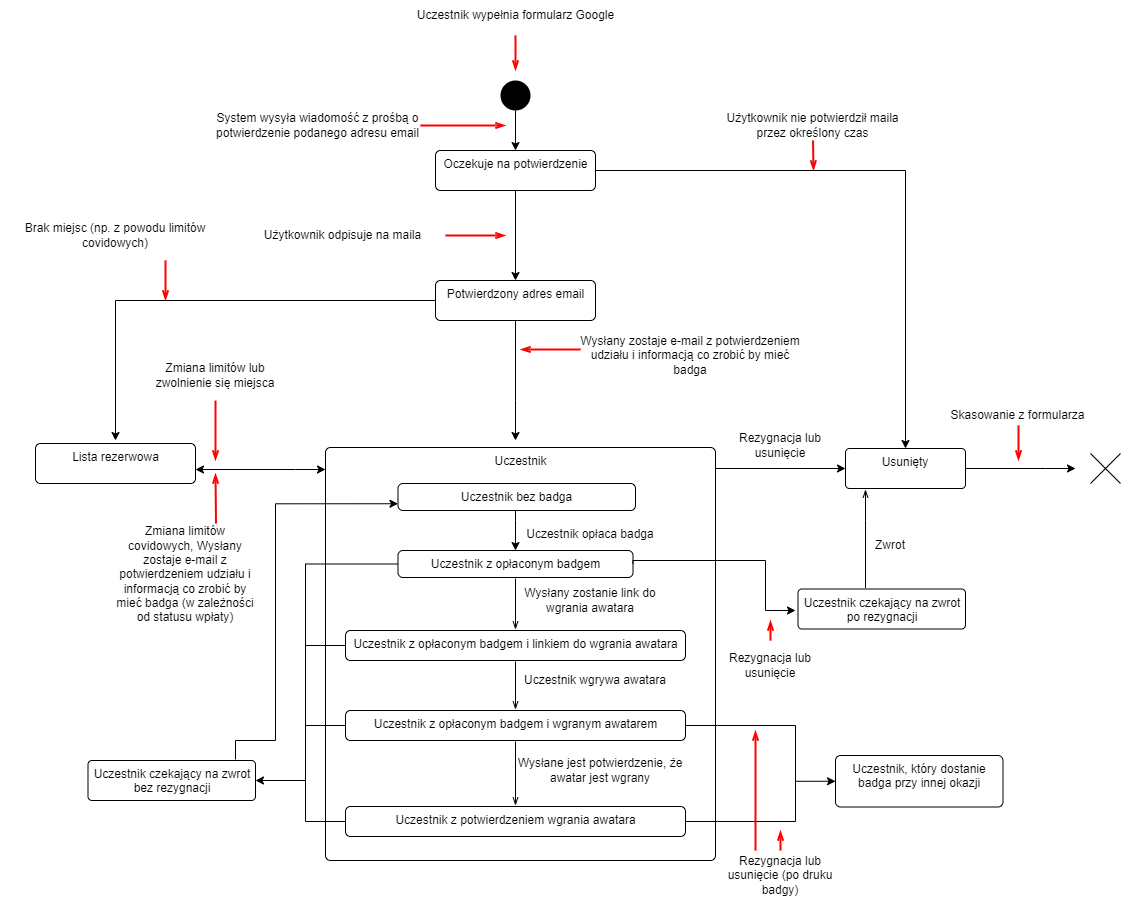
Earlier version of the draw.io export venv/Utility Files/Registration state diagram.png (PPopielarski/PFWRegistration). Source tidied: cells renumbered, new cells last; positions are measured from the earlier drawing's top-left corner, leaving out a move shared by most shapes.
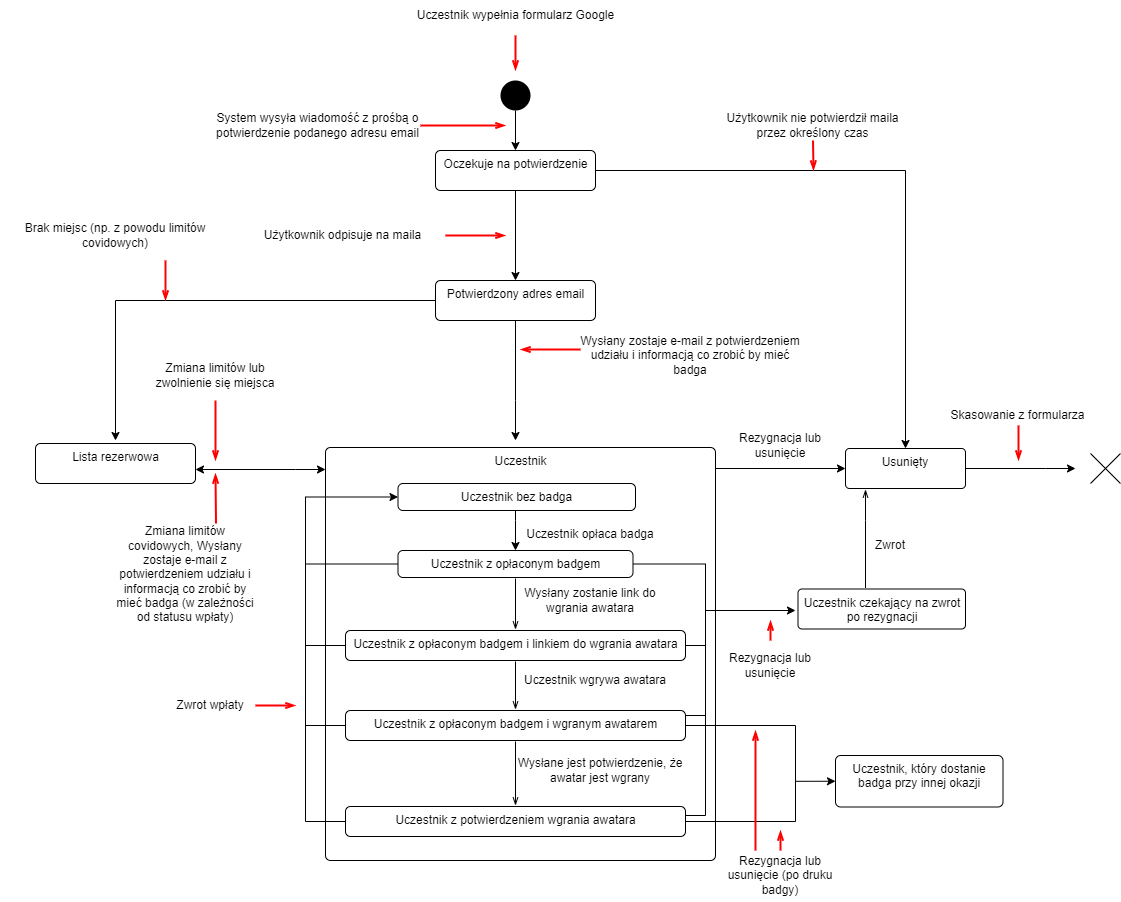
After the commit.

The edit, as a diff of the source:
```diff
@@ -186,6 +186,11 @@
         <mxPoint x="305" y="645" as="targetPoint" />
       </mxGeometry>
     </mxCell>
+    <mxCell id="68" style="edgeStyle=orthogonalEdgeStyle;rounded=0;jettySize=auto;html=1;endArrow=none;endFill=0;" parent="1" edge="1" source="40">
+      <mxGeometry relative="1" as="geometry">
+        <mxPoint x="705" y="600" as="targetPoint" />
+      </mxGeometry>
+    </mxCell>
     <mxCell id="40" value="&lt;div&gt;Uczestnik z opłaconym badgem i linkiem do wgrania awatara&lt;/div&gt;" style="html=1;align=center;verticalAlign=top;rounded=1;absoluteArcSize=1;arcSize=10;dashed=0;" parent="1" vertex="1">
       <mxGeometry x="345" y="630" width="340" height="30" as="geometry" />
     </mxCell>
@@ -222,7 +227,7 @@
     </mxCell>
     <mxCell id="49" style="edgeStyle=orthogonalEdgeStyle;rounded=0;jettySize=auto;html=1;endArrow=none;endFill=0;" parent="1" edge="1" source="51">
       <mxGeometry relative="1" as="geometry">
-        <mxPoint x="305" y="770" as="targetPoint" />
+        <mxPoint x="305" y="540" as="targetPoint" />
       </mxGeometry>
     </mxCell>
     <mxCell id="50" style="edgeStyle=orthogonalEdgeStyle;rounded=0;jettySize=auto;html=1;endArrow=none;endFill=0;" parent="1" edge="1" source="51">
@@ -253,33 +258,12 @@
         <mxPoint x="770" y="620" as="targetPoint" />
       </mxGeometry>
     </mxCell>
-    <mxCell id="58" style="edgeStyle=orthogonalEdgeStyle;rounded=0;jettySize=auto;html=1;startArrow=none;startFill=0;endArrow=classic;endFill=1;sourcePerimeterSpacing=1;targetPerimeterSpacing=1;entryX=0;entryY=0.75;entryDx=0;entryDy=0;" parent="1" edge="1" source="59" target="64">
-      <mxGeometry relative="1" as="geometry">
-        <Array as="points">
-          <mxPoint x="235" y="740" />
-          <mxPoint x="275" y="740" />
-          <mxPoint x="275" y="503" />
-        </Array>
-      </mxGeometry>
-    </mxCell>
-    <mxCell id="59" value="Uczestnik czekający na zwrot bez rezygnacji" style="whiteSpace=wrap;html=1;verticalAlign=top;fillColor=rgb(255, 255, 255);strokeColor=rgb(0, 0, 0);fontColor=rgb(0, 0, 0);rounded=1;arcSize=10;dashed=0;" parent="1" vertex="1">
-      <mxGeometry x="87.5" y="760" width="167.5" height="40" as="geometry" />
-    </mxCell>
-    <mxCell id="60" style="edgeStyle=orthogonalEdgeStyle;rounded=0;jettySize=auto;html=1;startArrow=none;startFill=0;endArrow=classic;endFill=1;sourcePerimeterSpacing=1;targetPerimeterSpacing=1;entryX=1;entryY=0.5;entryDx=0;entryDy=0;exitX=0;exitY=0.5;exitDx=0;exitDy=0;" parent="1" edge="1" source="37" target="59">
-      <mxGeometry relative="1" as="geometry">
-        <Array as="points">
-          <mxPoint x="305" y="564" />
-          <mxPoint x="305" y="780" />
-        </Array>
-      </mxGeometry>
-    </mxCell>
     <mxCell id="61" style="edgeStyle=orthogonalEdgeStyle;rounded=0;jettySize=auto;html=1;startArrow=none;startFill=0;endArrow=classic;endFill=1;sourcePerimeterSpacing=1;targetPerimeterSpacing=1;exitX=1;exitY=0.5;exitDx=0;exitDy=0;" parent="1" edge="1" source="37">
       <mxGeometry relative="1" as="geometry">
         <mxPoint x="795" y="610" as="targetPoint" />
         <Array as="points">
-          <mxPoint x="633" y="560" />
-          <mxPoint x="765" y="560" />
-          <mxPoint x="765" y="610" />
+          <mxPoint x="705" y="564" />
+          <mxPoint x="705" y="610" />
         </Array>
       </mxGeometry>
     </mxCell>
@@ -316,5 +300,34 @@
         <mxPoint x="755" y="730" as="targetPoint" />
       </mxGeometry>
     </mxCell>
+    <mxCell id="60" style="edgeStyle=orthogonalEdgeStyle;rounded=0;jettySize=auto;html=1;startArrow=none;startFill=0;endArrow=classic;endFill=1;sourcePerimeterSpacing=1;targetPerimeterSpacing=1;exitX=0;exitY=0.5;exitDx=0;exitDy=0;entryX=0;entryY=0.5;entryDx=0;entryDy=0;" parent="1" edge="1" source="37" target="64">
+      <mxGeometry relative="1" as="geometry">
+        <Array as="points">
+          <mxPoint x="305" y="564" />
+          <mxPoint x="305" y="497" />
+        </Array>
+      </mxGeometry>
+    </mxCell>
+    <mxCell id="69" value="Zwrot wpłaty" style="text;html=1;strokeColor=none;fillColor=none;align=center;verticalAlign=middle;whiteSpace=wrap;rounded=0;" parent="1" vertex="1">
+      <mxGeometry x="155" y="680" width="110" height="50.5" as="geometry" />
+    </mxCell>
+    <mxCell id="70" style="edgeStyle=elbowEdgeStyle;fontSize=12;html=1;endFill=0;startFill=0;endSize=6;startSize=6;endArrow=openThin;startArrow=none;rounded=0;strokeWidth=2;strokeColor=#FF0000;" parent="1" edge="1">
+      <mxGeometry relative="1" as="geometry">
+        <mxPoint x="255" y="705" as="sourcePoint" />
+        <mxPoint x="295" y="705" as="targetPoint" />
+      </mxGeometry>
+    </mxCell>
+    <mxCell id="71" style="edgeStyle=orthogonalEdgeStyle;rounded=0;orthogonalLoop=1;jettySize=auto;html=1;endArrow=none;endFill=0;" parent="1" edge="1">
+      <mxGeometry relative="1" as="geometry">
+        <mxPoint x="685" y="715" as="sourcePoint" />
+        <mxPoint x="705" y="640" as="targetPoint" />
+      </mxGeometry>
+    </mxCell>
+    <mxCell id="72" style="edgeStyle=orthogonalEdgeStyle;rounded=0;orthogonalLoop=1;jettySize=auto;html=1;endArrow=none;endFill=0;" parent="1" edge="1">
+      <mxGeometry relative="1" as="geometry">
+        <mxPoint x="685" y="815" as="sourcePoint" />
+        <mxPoint x="705" y="710" as="targetPoint" />
+      </mxGeometry>
+    </mxCell>
   </root>
 </mxGraphModel>
```
